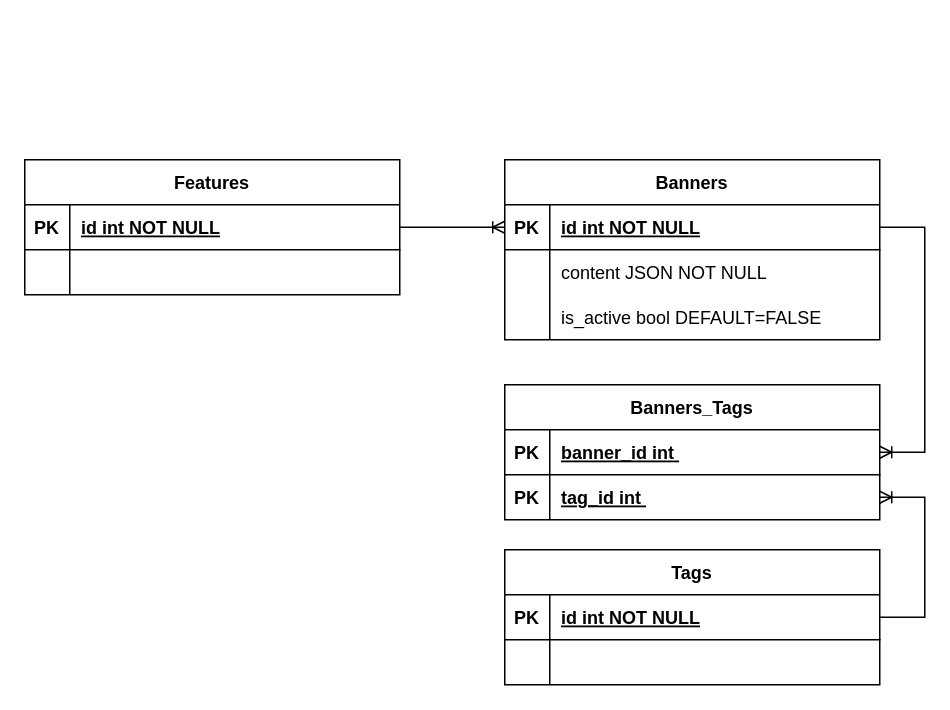
This is db_schema.drawio from oliver2214/avito-tech-task, a draw.io file, before an edit. Source tidied: cells renumbered, new cells numbered last; positions are measured from the earlier drawing's top-left corner, leaving out a move shared by most shapes. Both pictures are drawn from the tidied source at 150%, with x=0, y=0 at pixel (-336, -246).
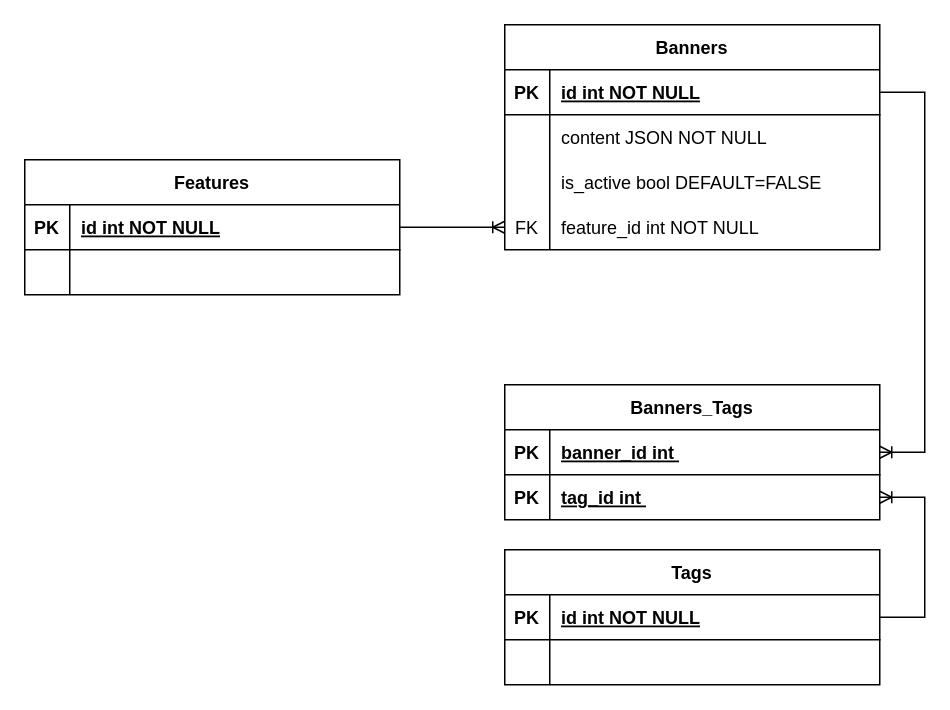
Above is the later version.

Unchanged cells that the change refers to:
```xml
<mxCell id="3" style="shape=partialRectangle;fillColor=none;points=[[0,0.5],[1,0.5]];portConstraint=eastwest;top=0;left=0;right=0;bottom=1;" parent="2" vertex="1">
  <mxGeometry y="30" width="250" height="30" as="geometry" />
</mxCell>
<mxCell id="13" style="shape=partialRectangle;fillColor=none;points=[[0,0.5],[1,0.5]];portConstraint=eastwest;top=0;left=0;right=0;bottom=1;" parent="12" vertex="1">
  <mxGeometry y="30" width="250" height="30" as="geometry" />
</mxCell>
```

The edit, as a diff of the source:
```diff
@@
     <mxCell id="2" value="Banners" style="shape=table;startSize=30;childLayout=tableLayout;rowLines=0;fontStyle=1;align=center;" parent="1" vertex="1">
-      <mxGeometry x="560" y="270" width="250" height="120" as="geometry" />
+      <mxGeometry x="560" y="180" width="250" height="150" as="geometry" />
     </mxCell>
@@
+    <mxCell id="36" style="shape=partialRectangle;fillColor=none;points=[[0,0.5],[1,0.5]];portConstraint=eastwest;top=0;left=0;right=0;bottom=0;" parent="2" vertex="1">
+      <mxGeometry y="120" width="250" height="30" as="geometry" />
+    </mxCell>
+    <mxCell id="37" value="FK" style="shape=partialRectangle;overflow=hidden;fillColor=none;top=0;left=0;bottom=0;right=0;" parent="36" vertex="1">
+      <mxGeometry width="30" height="30" as="geometry" />
+    </mxCell>
+    <mxCell id="38" value="feature_id int NOT NULL " style="shape=partialRectangle;overflow=hidden;fillColor=none;top=0;left=0;bottom=0;right=0;align=left;spacingLeft=6;" parent="36" vertex="1">
+      <mxGeometry x="30" width="220" height="30" as="geometry" />
+    </mxCell>
@@
-    <mxCell id="19" style="edgeStyle=entityRelationEdgeStyle;fontSize=12;html=1;endArrow=ERoneToMany;rounded=0;" parent="1" edge="1" source="13" target="3">
+    <mxCell id="19" style="edgeStyle=entityRelationEdgeStyle;fontSize=12;html=1;endArrow=ERoneToMany;rounded=0;" parent="1" edge="1" source="13" target="36">
       <mxGeometry relative="1" as="geometry">
         <Array as="points">
           <mxPoint x="260" />
         </Array>
       </mxGeometry>
     </mxCell>
```
